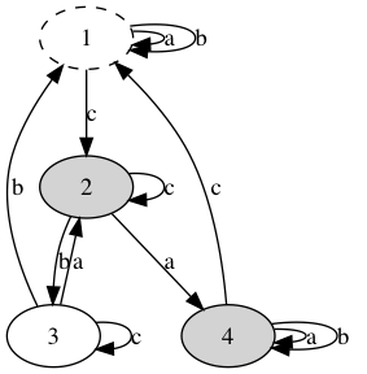
This is graph.png from Kaiomaru/fs-machine, a Graphviz export, as it was before one commit. Its source is kept beside it as graph.dot.
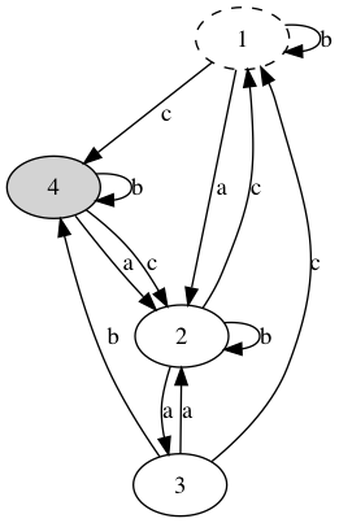
After the commit.

Diff of the diagram source:
```diff
@@ -1,41 +1,41 @@
 digraph "" {
 	1	 [style=dashed];
 	1 -> 1 [key=0,
-	label=a,
-	weight=a];
-1 -> 1 [key=1,
+	color=blue,
+	label=b,
+	weight=b];
+4 [style=filled];
+1 -> 4 [key=0,
+label=c,
+weight=c];
+1 -> 2 [key=0,
+label=a,
+weight=a];
+4 -> 4 [key=0,
 label=b,
 weight=b];
-2 [style=filled];
-1 -> 2 [key=0,
+4 -> 2 [key=0,
+label=a,
+weight=a];
+4 -> 2 [key=1,
 label=c,
 weight=c];
-4 [style=filled];
-4 -> 1 [key=0,
+2 -> 1 [key=0,
 label=c,
 weight=c];
-4 -> 4 [key=0,
+2 -> 2 [key=0,
+label=b,
+weight=b];
+2 -> 3 [key=0,
 label=a,
 weight=a];
-4 -> 4 [key=1,
-label=b,
-weight=b];
-2 -> 4 [key=0,
-label=a,
-weight=a];
-2 -> 2 [key=0,
+3 -> 1 [key=0,
 label=c,
 weight=c];
-2 -> 3 [key=0,
-label=b,
-weight=b];
-3 -> 1 [key=0,
+3 -> 4 [key=0,
 label=b,
 weight=b];
 3 -> 2 [key=0,
 label=a,
 weight=a];
-3 -> 3 [key=0,
-label=c,
-weight=c];
 }
```
